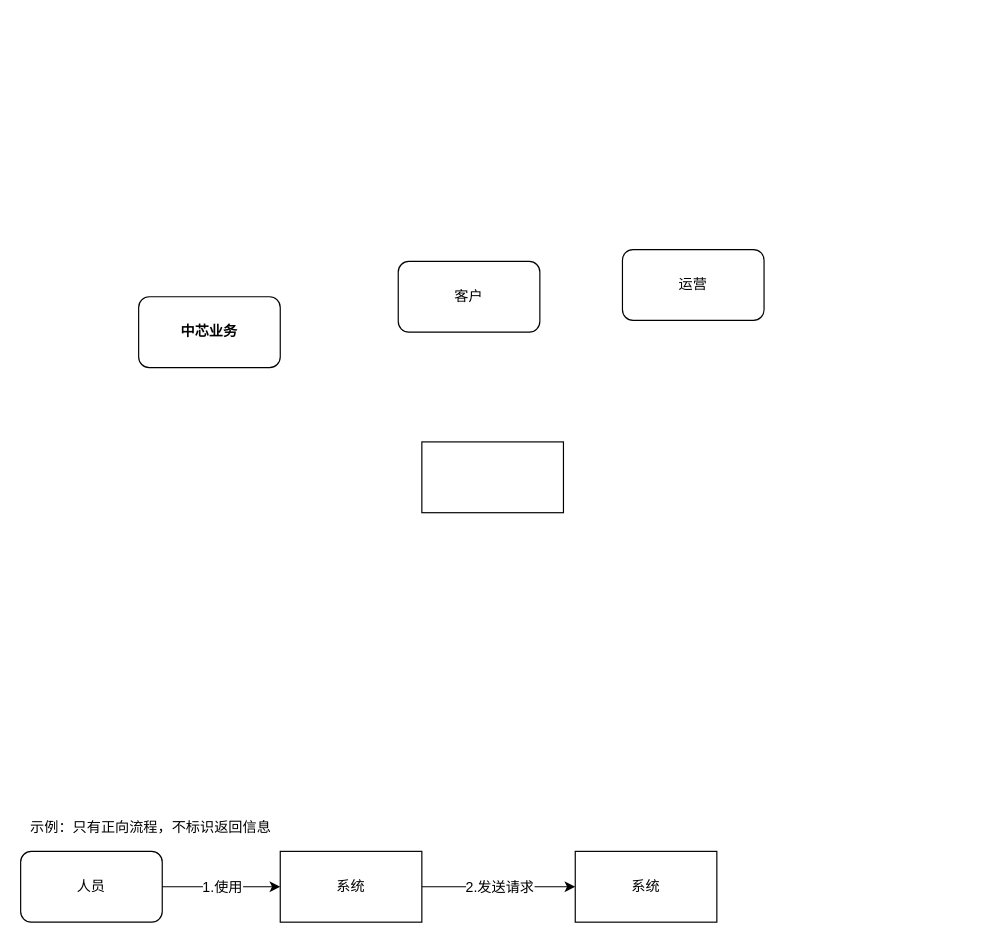
Above: md/中芯供应链流程.drawio in techctu/Weki (draw.io), before the change. Source tidied: cells renumbered, new cells numbered last; positions are measured from the earlier drawing's top-left corner, leaving out a move shared by most shapes. Both pictures are drawn from the tidied source at 118%, with x=0, y=0 at pixel (20, 249).
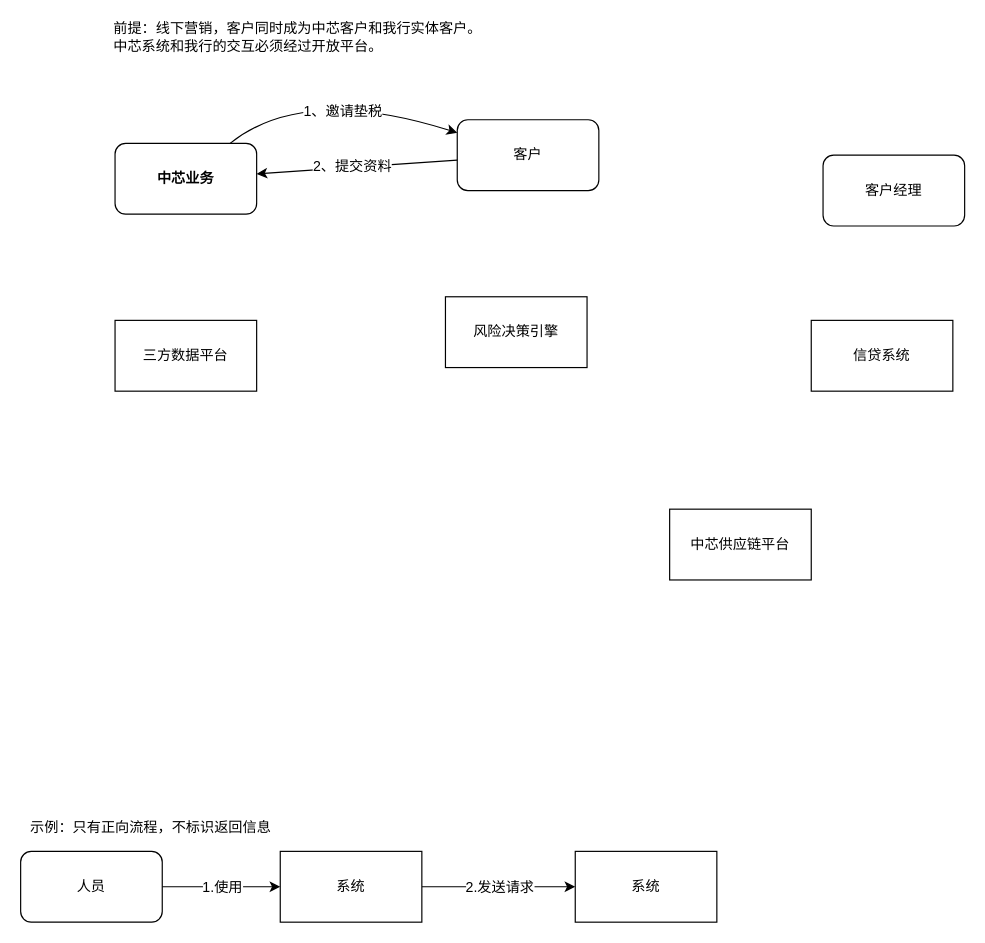
The same diagram, later.

Commit message:
Update 中芯供应链流程.drawio

Diff of the diagram source:
```diff
@@
     <mxCell id="2" value="&lt;b&gt;中芯业务&lt;/b&gt;" style="rounded=1;whiteSpace=wrap;html=1;" parent="1" vertex="1">
-      <mxGeometry x="100" y="40" width="120" height="60" as="geometry" />
+      <mxGeometry x="80" y="-90" width="120" height="60" as="geometry" />
     </mxCell>
     <mxCell id="3" value="客户" style="rounded=1;whiteSpace=wrap;html=1;" parent="1" vertex="1">
-      <mxGeometry x="320" y="10" width="120" height="60" as="geometry" />
+      <mxGeometry x="370" y="-110" width="120" height="60" as="geometry" />
     </mxCell>
-    <mxCell id="4" value="运营" style="rounded=1;whiteSpace=wrap;html=1;" parent="1" vertex="1">
-      <mxGeometry x="510" width="120" height="60" as="geometry" />
-    </mxCell>
@@
-    <mxCell id="13" style="rounded=0;whiteSpace=wrap;html=1;" parent="1" vertex="1">
-      <mxGeometry x="340" y="163" width="120" height="60" as="geometry" />
+    <mxCell id="13" value="风险决策引擎" style="rounded=0;whiteSpace=wrap;html=1;" parent="1" vertex="1">
+      <mxGeometry x="360" y="40" width="120" height="60" as="geometry" />
     </mxCell>
+    <mxCell id="14" value="信贷系统" style="rounded=0;whiteSpace=wrap;html=1;" parent="1" vertex="1">
+      <mxGeometry x="670" y="60" width="120" height="60" as="geometry" />
+    </mxCell>
+    <mxCell id="15" value="三方数据平台" style="rounded=0;whiteSpace=wrap;html=1;" parent="1" vertex="1">
+      <mxGeometry x="80" y="60" width="120" height="60" as="geometry" />
+    </mxCell>
+    <mxCell id="16" value="中芯供应链平台" style="rounded=0;whiteSpace=wrap;html=1;" parent="1" vertex="1">
+      <mxGeometry x="550" y="220" width="120" height="60" as="geometry" />
+    </mxCell>
+    <mxCell id="17" value="客户经理" style="rounded=1;whiteSpace=wrap;html=1;" parent="1" vertex="1">
+      <mxGeometry x="680" y="-80" width="120" height="60" as="geometry" />
+    </mxCell>
+    <mxCell id="18" value="&lt;div style=&quot;text-align: left&quot;&gt;前提：线下营销，客户同时成为中芯客户和我行实体客户。&lt;/div&gt;&lt;div style=&quot;text-align: left&quot;&gt;中芯系统和我行的交互必须经过开放平台。&lt;/div&gt;" style="text;html=1;strokeColor=none;fillColor=none;align=center;verticalAlign=middle;whiteSpace=wrap;rounded=0;" parent="1" vertex="1">
+      <mxGeometry x="30" y="-190" width="410" height="20" as="geometry" />
+    </mxCell>
+    <mxCell id="19" style="curved=1;endArrow=classic;html=1;" parent="1" edge="1" source="2" target="3">
+      <mxGeometry relative="1" as="geometry">
+        <Array as="points">
+          <mxPoint x="240" y="-140" />
+        </Array>
+      </mxGeometry>
+    </mxCell>
+    <mxCell id="20" value="1、邀请垫税" style="text;html=1;align=center;verticalAlign=middle;labelBackgroundColor=#ffffff;" parent="19" vertex="1">
+      <mxGeometry x="0.09" y="-12" relative="1" as="geometry" />
+    </mxCell>
+    <mxCell id="21" style="curved=1;endArrow=classic;html=1;" parent="1" edge="1" source="3" target="2">
+      <mxGeometry relative="1" as="geometry" />
+    </mxCell>
+    <mxCell id="22" value="2、提交资料" style="text;html=1;align=center;verticalAlign=middle;labelBackgroundColor=#ffffff;" parent="21" vertex="1">
+      <mxGeometry x="-0.21" y="-2" relative="1" as="geometry">
+        <mxPoint x="-23" y="3" as="offset" />
+      </mxGeometry>
+    </mxCell>
```
